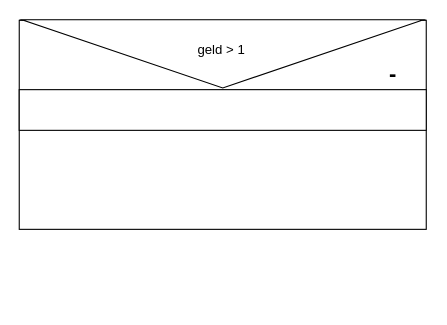
The draw.io diagram psd/opdracht_3.drawio in ReneKrewinkel/educom-essentials-1678105499, before the edit. Source tidied: cells renumbered, new cells numbered last; positions are measured from the earlier drawing's top-left corner, leaving out a move shared by most shapes. Both pictures are drawn from the tidied source at 110%, with x=0, y=0 at pixel (19, -147).
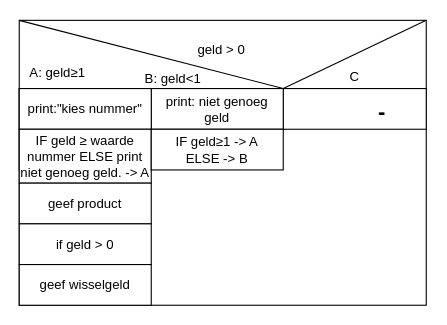
After the change.

Commit message:
PSD opdracht 3 #8

Change to the diagram source:
```diff
@@
 <mxGraphModel>
   <root>
     <mxCell id="0" />
     <mxCell id="1" parent="0" />
     <mxCell id="2" style="rounded=0;whiteSpace=wrap;html=1;" parent="1" vertex="1">
-      <mxGeometry y="152" width="370" height="190" as="geometry" />
+      <mxGeometry y="152" width="370" height="259" as="geometry" />
     </mxCell>
-    <mxCell id="3" style="triangle;whiteSpace=wrap;html=1;rotation=90;" parent="1" vertex="1">
-      <mxGeometry x="154" width="62" height="365" as="geometry" />
-    </mxCell>
     <mxCell id="4" style="rounded=0;whiteSpace=wrap;html=1;" parent="1" vertex="1">
-      <mxGeometry y="215" width="370" height="37" as="geometry" />
+      <mxGeometry x="240" y="214" width="130" height="37" as="geometry" />
     </mxCell>
     <mxCell id="5" value="&lt;b&gt;&lt;font style=&quot;font-size: 20px;&quot;&gt;-&lt;/font&gt;&lt;/b&gt;" style="text;strokeColor=none;align=center;fillColor=none;html=1;verticalAlign=middle;whiteSpace=wrap;rounded=0;" parent="1" vertex="1">
-      <mxGeometry x="310" y="185" width="60" height="30" as="geometry" />
+      <mxGeometry x="300" y="218.5" width="60" height="30" as="geometry" />
     </mxCell>
-    <mxCell id="6" value="&lt;font style=&quot;font-size: 12px;&quot;&gt;geld &amp;gt; 1&lt;/font&gt;" style="text;strokeColor=none;align=center;fillColor=none;html=1;verticalAlign=middle;whiteSpace=wrap;rounded=0;fontSize=20;" parent="1" vertex="1">
+    <mxCell id="6" value="&lt;font style=&quot;font-size: 12px;&quot;&gt;geld &amp;gt; 0&lt;/font&gt;" style="text;strokeColor=none;align=center;fillColor=none;html=1;verticalAlign=middle;whiteSpace=wrap;rounded=0;fontSize=20;" parent="1" vertex="1">
       <mxGeometry x="154" y="160" width="60" height="30" as="geometry" />
     </mxCell>
+    <mxCell id="7" value="A: geld&lt;span style=&quot;font-family: &amp;quot;Google Sans&amp;quot;, arial, sans-serif;&quot;&gt;≥&lt;/span&gt;1" style="text;strokeColor=none;align=center;fillColor=none;html=1;verticalAlign=middle;whiteSpace=wrap;rounded=0;fontSize=12;" parent="1" vertex="1">
+      <mxGeometry y="185" width="70" height="30" as="geometry" />
+    </mxCell>
+    <mxCell id="8" value="C" style="text;strokeColor=none;align=center;fillColor=none;html=1;verticalAlign=middle;whiteSpace=wrap;rounded=0;fontSize=12;" parent="1" vertex="1">
+      <mxGeometry x="275" y="188.5" width="60" height="30" as="geometry" />
+    </mxCell>
+    <mxCell id="9" style="rounded=0;whiteSpace=wrap;html=1;" parent="1" vertex="1">
+      <mxGeometry y="214" width="120" height="37" as="geometry" />
+    </mxCell>
+    <mxCell id="10" value="print: niet genoeg geld" style="rounded=0;whiteSpace=wrap;html=1;" parent="1" vertex="1">
+      <mxGeometry x="120" y="214" width="120" height="37" as="geometry" />
+    </mxCell>
+    <mxCell id="11" style="endArrow=none;html=1;fontSize=12;entryX=0;entryY=0;entryDx=0;entryDy=0;exitX=0;exitY=0;exitDx=0;exitDy=0;" parent="1" edge="1" source="4" target="2">
+      <mxGeometry relative="1" as="geometry" />
+    </mxCell>
+    <mxCell id="12" style="endArrow=none;html=1;fontSize=12;entryX=1;entryY=0;entryDx=0;entryDy=0;exitX=0;exitY=0;exitDx=0;exitDy=0;" parent="1" edge="1" source="4" target="2">
+      <mxGeometry relative="1" as="geometry" />
+    </mxCell>
+    <mxCell id="13" value="B: geld&amp;lt;1" style="text;strokeColor=none;align=center;fillColor=none;html=1;verticalAlign=middle;whiteSpace=wrap;rounded=0;fontSize=12;" parent="1" vertex="1">
+      <mxGeometry x="110" y="190" width="60" height="30" as="geometry" />
+    </mxCell>
+    <mxCell id="14" style="rounded=0;whiteSpace=wrap;html=1;" parent="1" vertex="1">
+      <mxGeometry y="251" width="120" height="37" as="geometry" />
+    </mxCell>
+    <mxCell id="15" value="print:&quot;kies nummer&quot;" style="rounded=0;whiteSpace=wrap;html=1;" parent="1" vertex="1">
+      <mxGeometry y="214" width="120" height="37" as="geometry" />
+    </mxCell>
+    <mxCell id="16" value="&lt;p style=&quot;&quot;&gt;IF geld&amp;nbsp;&lt;span style=&quot;font-family: &amp;quot;Google Sans&amp;quot;, arial, sans-serif;&quot;&gt;≥ waarde nummer&amp;nbsp;&lt;/span&gt;&lt;span style=&quot;font-family: &amp;quot;Google Sans&amp;quot;, arial, sans-serif; background-color: initial;&quot;&gt;ELSE print niet genoeg geld. -&amp;gt; A&lt;/span&gt;&lt;/p&gt;" style="rounded=0;whiteSpace=wrap;html=1;align=center;" parent="1" vertex="1">
+      <mxGeometry y="251" width="120" height="49" as="geometry" />
+    </mxCell>
+    <mxCell id="17" value="&lt;p style=&quot;&quot;&gt;geef product&lt;/p&gt;" style="rounded=0;whiteSpace=wrap;html=1;align=center;" parent="1" vertex="1">
+      <mxGeometry y="300" width="120" height="37" as="geometry" />
+    </mxCell>
+    <mxCell id="18" value="&lt;p style=&quot;&quot;&gt;if geld &amp;gt; 0&lt;/p&gt;" style="rounded=0;whiteSpace=wrap;html=1;align=center;" parent="1" vertex="1">
+      <mxGeometry y="337" width="120" height="37" as="geometry" />
+    </mxCell>
+    <mxCell id="19" value="&lt;p style=&quot;&quot;&gt;geef wisselgeld&lt;/p&gt;" style="rounded=0;whiteSpace=wrap;html=1;align=center;" parent="1" vertex="1">
+      <mxGeometry y="374" width="120" height="37" as="geometry" />
+    </mxCell>
+    <mxCell id="20" value="IF geld&lt;span style=&quot;font-family: &amp;quot;Google Sans&amp;quot;, arial, sans-serif;&quot;&gt;≥1 -&amp;gt; A&lt;br&gt;ELSE -&amp;gt; B&lt;br&gt;&lt;/span&gt;" style="rounded=0;whiteSpace=wrap;html=1;" parent="1" vertex="1">
+      <mxGeometry x="120" y="251" width="120" height="37" as="geometry" />
+    </mxCell>
   </root>
 </mxGraphModel>
```
